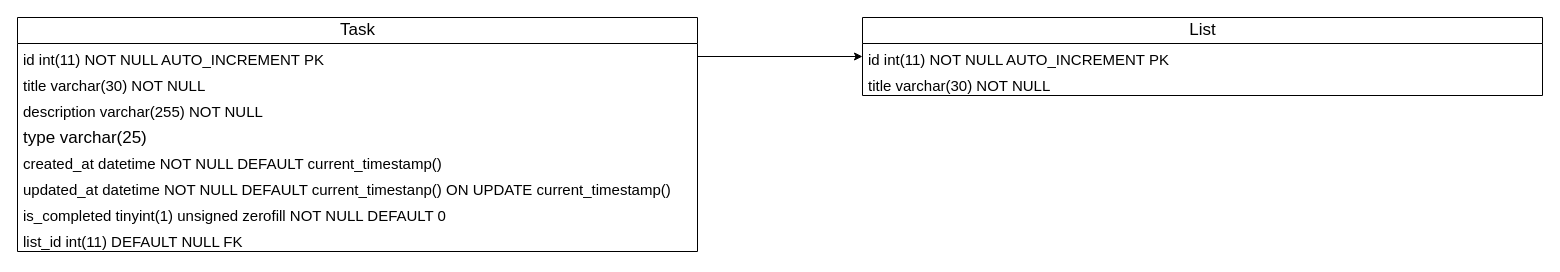
Before: src/assets/ER.drawio in chas-academy/u03-todo-Laraass, a draw.io diagram. Source tidied: cells renumbered, new cells numbered last; positions are measured from the earlier drawing's top-left corner, leaving out a move shared by most shapes. Both pictures are drawn from the tidied source at 100%, with x=0, y=0 at pixel (17, 17).
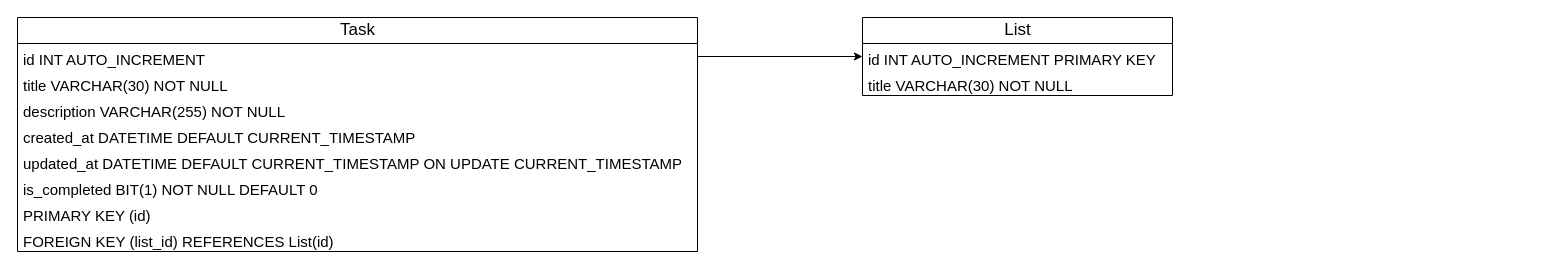
The same page after the edit.

The edit, as a diff of the source:
```diff
@@
 <mxGraphModel>
   <root>
     <mxCell id="0" />
     <mxCell id="1" parent="0" />
     <mxCell id="2" value="Task" style="swimlane;fontStyle=0;horizontal=1;startSize=26;fillColor=none;html=1;strokeColor=default;fontSize=17;" parent="1" vertex="1">
       <mxGeometry width="680" height="234" as="geometry" />
     </mxCell>
-    <mxCell id="3" value="&lt;font style=&quot;font-size: 15px;&quot;&gt;id int(11) NOT NULL AUTO_INCREMENT PK&lt;/font&gt;" style="text;strokeColor=none;fillColor=none;align=left;verticalAlign=top;spacingLeft=4;spacingRight=4;overflow=hidden;points=[[0,0.5],[1,0.5]];portConstraint=eastwest;whiteSpace=wrap;html=1;fontSize=17;" parent="2" vertex="1">
+    <mxCell id="3" value="&lt;font style=&quot;font-size: 15px;&quot;&gt;id INT AUTO_INCREMENT&lt;/font&gt;" style="text;strokeColor=none;fillColor=none;align=left;verticalAlign=top;spacingLeft=4;spacingRight=4;overflow=hidden;points=[[0,0.5],[1,0.5]];portConstraint=eastwest;whiteSpace=wrap;html=1;fontSize=17;" parent="2" vertex="1">
       <mxGeometry y="26" width="680" height="26" as="geometry" />
     </mxCell>
-    <mxCell id="4" value="&lt;font style=&quot;font-size: 15px;&quot;&gt;title varchar(30) NOT NULL&lt;/font&gt;" style="text;strokeColor=none;fillColor=none;align=left;verticalAlign=top;spacingLeft=4;spacingRight=4;overflow=hidden;whiteSpace=wrap;html=1;fontSize=17;" parent="2" vertex="1">
+    <mxCell id="4" value="&lt;font style=&quot;font-size: 15px;&quot;&gt;title VARCHAR(30) NOT NULL&lt;/font&gt;" style="text;strokeColor=none;fillColor=none;align=left;verticalAlign=top;spacingLeft=4;spacingRight=4;overflow=hidden;whiteSpace=wrap;html=1;fontSize=17;" parent="2" vertex="1">
       <mxGeometry y="52" width="680" height="26" as="geometry" />
     </mxCell>
-    <mxCell id="5" value="&lt;font style=&quot;font-size: 15px;&quot;&gt;description varchar(255) NOT NULL&lt;/font&gt;" style="text;strokeColor=none;fillColor=none;align=left;verticalAlign=top;spacingLeft=4;spacingRight=4;overflow=hidden;whiteSpace=wrap;html=1;fontSize=17;" parent="2" vertex="1">
+    <mxCell id="5" value="&lt;font style=&quot;font-size: 15px;&quot;&gt;description VARCHAR(255) NOT NULL&lt;/font&gt;" style="text;strokeColor=none;fillColor=none;align=left;verticalAlign=top;spacingLeft=4;spacingRight=4;overflow=hidden;whiteSpace=wrap;html=1;fontSize=17;" parent="2" vertex="1">
       <mxGeometry y="78" width="680" height="26" as="geometry" />
     </mxCell>
-    <mxCell id="6" value="type varchar(25)" style="text;strokeColor=none;fillColor=none;align=left;verticalAlign=top;spacingLeft=4;spacingRight=4;overflow=hidden;whiteSpace=wrap;html=1;fontSize=17;" parent="2" vertex="1">
-      <mxGeometry y="104" width="680" height="26" as="geometry" />
-    </mxCell>
-    <mxCell id="7" value="&lt;font style=&quot;font-size: 15px;&quot;&gt;created_at datetime NOT NULL DEFAULT current_timestamp()&lt;/font&gt;" style="text;strokeColor=none;fillColor=none;align=left;verticalAlign=top;spacingLeft=4;spacingRight=4;overflow=hidden;whiteSpace=wrap;html=1;fontSize=17;" parent="2" vertex="1">
-      <mxGeometry y="130" width="680" height="26" as="geometry" />
+    <mxCell id="7" value="&lt;font style=&quot;font-size: 15px;&quot;&gt;created_at DATETIME DEFAULT CURRENT_TIMESTAMP&lt;/font&gt;" style="text;strokeColor=none;fillColor=none;align=left;verticalAlign=top;spacingLeft=4;spacingRight=4;overflow=hidden;whiteSpace=wrap;html=1;fontSize=17;" parent="2" vertex="1">
+      <mxGeometry y="104" width="680" height="26" as="geometry" />
     </mxCell>
-    <mxCell id="8" value="&lt;font style=&quot;font-size: 15px;&quot;&gt;updated_at datetime NOT NULL DEFAULT current_timestanp() ON UPDATE current_timestamp()&lt;/font&gt;" style="text;strokeColor=none;fillColor=none;align=left;verticalAlign=top;spacingLeft=4;spacingRight=4;overflow=hidden;whiteSpace=wrap;html=1;fontSize=17;" parent="2" vertex="1">
-      <mxGeometry y="156" width="680" height="26" as="geometry" />
+    <mxCell id="8" value="&lt;font style=&quot;font-size: 15px;&quot;&gt;updated_at DATETIME DEFAULT CURRENT_TIMESTAMP ON UPDATE CURRENT_TIMESTAMP&lt;/font&gt;" style="text;strokeColor=none;fillColor=none;align=left;verticalAlign=top;spacingLeft=4;spacingRight=4;overflow=hidden;whiteSpace=wrap;html=1;fontSize=17;" parent="2" vertex="1">
+      <mxGeometry y="130" width="680" height="26" as="geometry" />
     </mxCell>
-    <mxCell id="9" value="&lt;font style=&quot;font-size: 15px;&quot;&gt;is_completed tinyint(1) unsigned zerofill NOT NULL DEFAULT 0&lt;/font&gt;" style="text;strokeColor=none;fillColor=none;align=left;verticalAlign=top;spacingLeft=4;spacingRight=4;overflow=hidden;whiteSpace=wrap;html=1;fontSize=17;" parent="2" vertex="1">
-      <mxGeometry y="182" width="680" height="26" as="geometry" />
+    <mxCell id="9" value="&lt;font style=&quot;font-size: 15px;&quot;&gt;is_completed BIT(1) NOT NULL DEFAULT 0&lt;/font&gt;" style="text;strokeColor=none;fillColor=none;align=left;verticalAlign=top;spacingLeft=4;spacingRight=4;overflow=hidden;whiteSpace=wrap;html=1;fontSize=17;" parent="2" vertex="1">
+      <mxGeometry y="156" width="680" height="26" as="geometry" />
     </mxCell>
+    <mxCell id="6" value="&lt;font style=&quot;font-size: 15px;&quot;&gt;PRIMARY KEY (id)&lt;/font&gt;" style="text;strokeColor=none;fillColor=none;align=left;verticalAlign=top;spacingLeft=4;spacingRight=4;overflow=hidden;whiteSpace=wrap;html=1;fontSize=17;" parent="2" vertex="1">
+      <mxGeometry y="182" width="680" height="26" as="geometry" />
+    </mxCell>
-    <mxCell id="10" value="&lt;font style=&quot;font-size: 15px;&quot;&gt;list_id int(11) DEFAULT NULL FK&lt;/font&gt;" style="text;strokeColor=none;fillColor=none;align=left;verticalAlign=top;spacingLeft=4;spacingRight=4;overflow=hidden;whiteSpace=wrap;html=1;fontSize=17;" parent="2" vertex="1">
+    <mxCell id="10" value="&lt;font style=&quot;font-size: 15px;&quot;&gt;FOREIGN KEY (list_id) REFERENCES List(id)&lt;/font&gt;" style="text;strokeColor=none;fillColor=none;align=left;verticalAlign=top;spacingLeft=4;spacingRight=4;overflow=hidden;whiteSpace=wrap;html=1;fontSize=17;" parent="2" vertex="1">
       <mxGeometry y="208" width="680" height="26" as="geometry" />
     </mxCell>
     <mxCell id="11" value="List" style="swimlane;fontStyle=0;horizontal=1;startSize=26;fillColor=none;html=1;strokeColor=default;fontSize=17;" parent="1" vertex="1">
-      <mxGeometry x="845" width="680" height="78" as="geometry" />
+      <mxGeometry x="845" width="310" height="78" as="geometry" />
     </mxCell>
-    <mxCell id="12" value="&lt;font style=&quot;font-size: 15px;&quot;&gt;id int(11) NOT NULL AUTO_INCREMENT PK&lt;/font&gt;" style="text;strokeColor=none;fillColor=none;align=left;verticalAlign=top;spacingLeft=4;spacingRight=4;overflow=hidden;points=[[0,0.5],[1,0.5]];portConstraint=eastwest;whiteSpace=wrap;html=1;fontSize=17;" parent="11" vertex="1">
-      <mxGeometry y="26" width="680" height="26" as="geometry" />
+    <mxCell id="12" value="&lt;font style=&quot;font-size: 15px;&quot;&gt;id INT AUTO_INCREMENT PRIMARY KEY&lt;/font&gt;" style="text;strokeColor=none;fillColor=none;align=left;verticalAlign=top;spacingLeft=4;spacingRight=4;overflow=hidden;points=[[0,0.5],[1,0.5]];portConstraint=eastwest;whiteSpace=wrap;html=1;fontSize=17;" parent="11" vertex="1">
+      <mxGeometry y="26" width="310" height="26" as="geometry" />
     </mxCell>
-    <mxCell id="13" value="&lt;font style=&quot;font-size: 15px;&quot;&gt;title varchar(30) NOT NULL&lt;/font&gt;" style="text;strokeColor=none;fillColor=none;align=left;verticalAlign=top;spacingLeft=4;spacingRight=4;overflow=hidden;whiteSpace=wrap;html=1;fontSize=17;" parent="11" vertex="1">
-      <mxGeometry y="52" width="680" height="26" as="geometry" />
+    <mxCell id="13" value="&lt;font style=&quot;font-size: 15px;&quot;&gt;title VARCHAR(30) NOT NULL&lt;/font&gt;" style="text;strokeColor=none;fillColor=none;align=left;verticalAlign=top;spacingLeft=4;spacingRight=4;overflow=hidden;whiteSpace=wrap;html=1;fontSize=17;" parent="11" vertex="1">
+      <mxGeometry y="52" width="310" height="26" as="geometry" />
     </mxCell>
     <mxCell id="14" style="edgeStyle=none;html=1;exitX=1;exitY=0.5;exitDx=0;exitDy=0;entryX=0;entryY=0.5;entryDx=0;entryDy=0;" parent="1" edge="1" source="3" target="12">
       <mxGeometry relative="1" as="geometry" />
     </mxCell>
   </root>
 </mxGraphModel>
```
